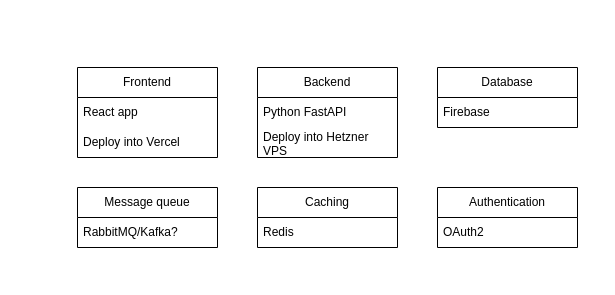
The draw.io diagram SystemDesign.drawio in gianverdum/CutTheChaseArchitecture, before the edit. Source tidied: cells renumbered, new cells numbered last; positions are measured from the earlier drawing's top-left corner, leaving out a move shared by most shapes. Both pictures are drawn from the tidied source at 100%, with x=0, y=0 at pixel (77, 67).
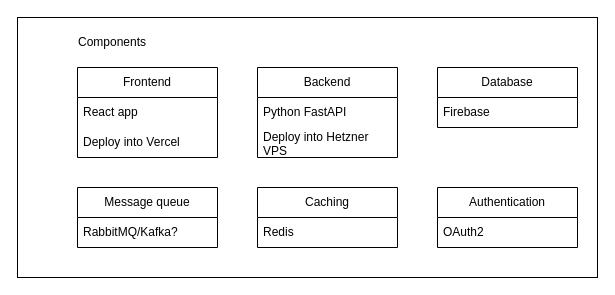
The same page after the edit.

Diff of the diagram source:
```diff
@@
 <mxGraphModel>
   <root>
     <mxCell id="0" />
     <mxCell id="1" parent="0" />
+    <mxCell id="16" style="rounded=0;whiteSpace=wrap;html=1;" parent="1" vertex="1">
+      <mxGeometry x="-60" y="-50" width="580" height="260" as="geometry" />
+    </mxCell>
     <mxCell id="2" value="Frontend" style="swimlane;fontStyle=0;horizontal=1;startSize=30;whiteSpace=wrap;html=1;" parent="1" vertex="1">
       <mxGeometry width="140" height="90" as="geometry" />
     </mxCell>
     <mxCell id="3" value="React app" style="text;strokeColor=none;fillColor=none;align=left;verticalAlign=middle;spacingLeft=4;spacingRight=4;overflow=hidden;whiteSpace=wrap;html=1;" parent="2" vertex="1">
       <mxGeometry y="30" width="140" height="30" as="geometry" />
     </mxCell>
     <mxCell id="4" value="Deploy into Vercel" style="text;strokeColor=none;fillColor=none;align=left;verticalAlign=middle;spacingLeft=4;spacingRight=4;overflow=hidden;whiteSpace=wrap;html=1;" parent="2" vertex="1">
       <mxGeometry y="60" width="140" height="30" as="geometry" />
     </mxCell>
     <mxCell id="5" value="Backend" style="swimlane;fontStyle=0;horizontal=1;startSize=30;whiteSpace=wrap;html=1;" parent="1" vertex="1">
       <mxGeometry x="180" width="140" height="90" as="geometry" />
     </mxCell>
     <mxCell id="6" value="Python FastAPI" style="text;strokeColor=none;fillColor=none;align=left;verticalAlign=middle;spacingLeft=4;spacingRight=4;overflow=hidden;whiteSpace=wrap;html=1;" parent="5" vertex="1">
       <mxGeometry y="30" width="140" height="30" as="geometry" />
     </mxCell>
     <mxCell id="7" value="Deploy into Hetzner VPS" style="text;strokeColor=none;fillColor=none;align=left;verticalAlign=middle;spacingLeft=4;spacingRight=4;overflow=hidden;whiteSpace=wrap;html=1;" parent="5" vertex="1">
       <mxGeometry y="60" width="140" height="30" as="geometry" />
     </mxCell>
     <mxCell id="8" value="Database" style="swimlane;fontStyle=0;horizontal=1;startSize=30;whiteSpace=wrap;html=1;" parent="1" vertex="1">
       <mxGeometry x="360" width="140" height="60" as="geometry" />
     </mxCell>
     <mxCell id="9" value="Firebase" style="text;strokeColor=none;fillColor=none;align=left;verticalAlign=middle;spacingLeft=4;spacingRight=4;overflow=hidden;whiteSpace=wrap;html=1;" parent="8" vertex="1">
       <mxGeometry y="30" width="140" height="30" as="geometry" />
     </mxCell>
     <mxCell id="10" value="Message queue" style="swimlane;fontStyle=0;horizontal=1;startSize=30;whiteSpace=wrap;html=1;" parent="1" vertex="1">
       <mxGeometry y="120" width="140" height="60" as="geometry" />
     </mxCell>
     <mxCell id="11" value="RabbitMQ/Kafka?" style="text;strokeColor=none;fillColor=none;align=left;verticalAlign=middle;spacingLeft=4;spacingRight=4;overflow=hidden;whiteSpace=wrap;html=1;" parent="10" vertex="1">
       <mxGeometry y="30" width="140" height="30" as="geometry" />
     </mxCell>
     <mxCell id="12" value="Caching" style="swimlane;fontStyle=0;horizontal=1;startSize=30;whiteSpace=wrap;html=1;" parent="1" vertex="1">
       <mxGeometry x="180" y="120" width="140" height="60" as="geometry" />
     </mxCell>
     <mxCell id="13" value="Redis" style="text;strokeColor=none;fillColor=none;align=left;verticalAlign=middle;spacingLeft=4;spacingRight=4;overflow=hidden;whiteSpace=wrap;html=1;" parent="12" vertex="1">
       <mxGeometry y="30" width="140" height="30" as="geometry" />
     </mxCell>
     <mxCell id="14" value="Authentication" style="swimlane;fontStyle=0;horizontal=1;startSize=30;whiteSpace=wrap;html=1;" parent="1" vertex="1">
       <mxGeometry x="360" y="120" width="140" height="60" as="geometry" />
     </mxCell>
     <mxCell id="15" value="OAuth2" style="text;strokeColor=none;fillColor=none;align=left;verticalAlign=middle;spacingLeft=4;spacingRight=4;overflow=hidden;whiteSpace=wrap;html=1;" parent="14" vertex="1">
       <mxGeometry y="30" width="140" height="30" as="geometry" />
     </mxCell>
+    <mxCell id="17" value="Components" style="text;html=1;align=center;verticalAlign=middle;whiteSpace=wrap;rounded=0;" parent="1" vertex="1">
+      <mxGeometry y="-40" width="70" height="30" as="geometry" />
+    </mxCell>
   </root>
 </mxGraphModel>
```
